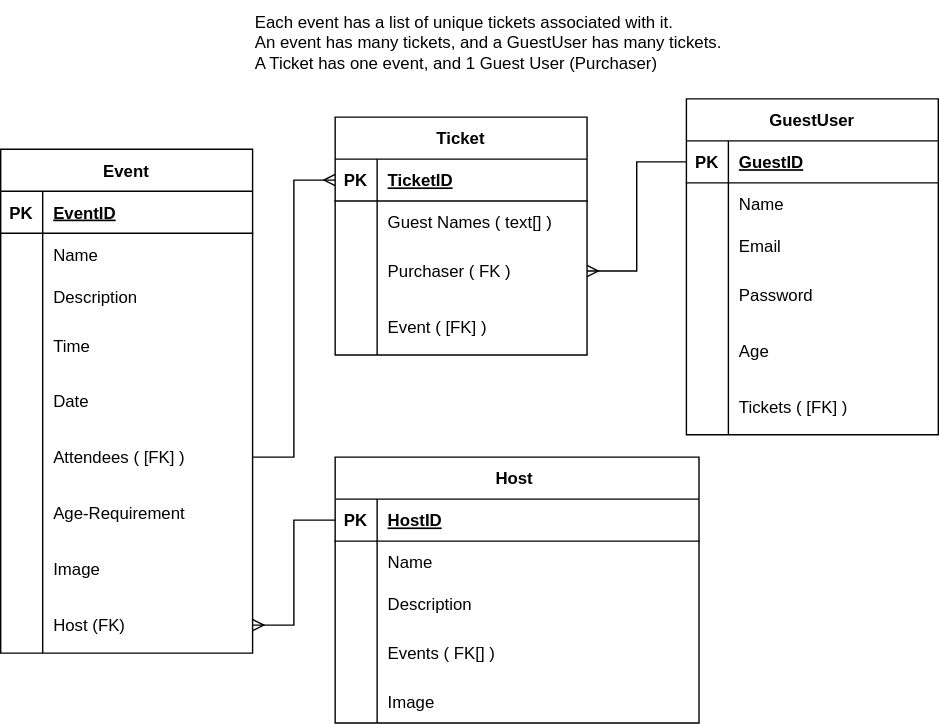
The draw.io diagram ERD/BookingSystemERD.drawio.svg in tjfacos/BookingSystem, before a commit. Source tidied: cells renumbered, new cells last; positions are measured from the earlier drawing's top-left corner, leaving out a move shared by most shapes. Source of this version:
```xml
<mxGraphModel>
  <root>
    <mxCell id="0" />
    <mxCell id="1" parent="0" />
    <mxCell id="2" value="Event" style="shape=table;startSize=30;rowLines=0;fontStyle=1;align=center;" parent="1" vertex="1">
      <mxGeometry y="106" width="180" height="360" as="geometry" />
    </mxCell>
    <mxCell id="3" style="shape=tableRow;horizontal=0;startSize=0;swimlaneHead=0;swimlaneBody=0;fillColor=none;points=[[0,0.5],[1,0.5]];portConstraint=eastwest;top=0;left=0;right=0;bottom=1;" parent="2" vertex="1">
      <mxGeometry y="30" width="180" height="30" as="geometry" />
    </mxCell>
    <mxCell id="4" value="PK" style="shape=partialRectangle;fillColor=none;top=0;left=0;bottom=0;right=0;fontStyle=1;overflow=hidden;" parent="3" vertex="1">
      <mxGeometry width="30" height="30" as="geometry" />
    </mxCell>
    <mxCell id="5" value="EventID" style="shape=partialRectangle;fillColor=none;top=0;left=0;bottom=0;right=0;align=left;spacingLeft=6;fontStyle=5;overflow=hidden;" parent="3" vertex="1">
      <mxGeometry x="30" width="150" height="30" as="geometry" />
    </mxCell>
    <mxCell id="6" style="shape=tableRow;horizontal=0;startSize=0;swimlaneHead=0;swimlaneBody=0;fillColor=none;top=0;left=0;right=0;bottom=0;" parent="2" vertex="1">
      <mxGeometry y="60" width="180" height="30" as="geometry" />
    </mxCell>
    <mxCell id="7" style="shape=partialRectangle;fillColor=none;top=0;left=0;bottom=0;right=0;overflow=hidden;" parent="6" vertex="1">
      <mxGeometry width="30" height="30" as="geometry" />
    </mxCell>
    <mxCell id="8" value="Name" style="shape=partialRectangle;fillColor=none;top=0;left=0;bottom=0;right=0;align=left;spacingLeft=6;overflow=hidden;" parent="6" vertex="1">
      <mxGeometry x="30" width="150" height="30" as="geometry" />
    </mxCell>
    <mxCell id="9" style="shape=tableRow;horizontal=0;startSize=0;swimlaneHead=0;swimlaneBody=0;fillColor=none;top=0;left=0;right=0;bottom=0;" parent="2" vertex="1">
      <mxGeometry y="90" width="180" height="30" as="geometry" />
    </mxCell>
    <mxCell id="10" style="shape=partialRectangle;fillColor=none;top=0;left=0;bottom=0;right=0;overflow=hidden;" parent="9" vertex="1">
      <mxGeometry width="30" height="30" as="geometry" />
    </mxCell>
    <mxCell id="11" value="Description" style="shape=partialRectangle;fillColor=none;top=0;left=0;bottom=0;right=0;align=left;spacingLeft=6;overflow=hidden;" parent="9" vertex="1">
      <mxGeometry x="30" width="150" height="30" as="geometry" />
    </mxCell>
    <mxCell id="12" style="shape=tableRow;horizontal=0;startSize=0;swimlaneHead=0;swimlaneBody=0;fillColor=none;top=0;left=0;right=0;bottom=0;" parent="2" vertex="1">
      <mxGeometry y="120" width="180" height="40" as="geometry" />
    </mxCell>
    <mxCell id="13" style="shape=partialRectangle;fillColor=none;top=0;left=0;bottom=0;right=0;overflow=hidden;" parent="12" vertex="1">
      <mxGeometry width="30" height="40" as="geometry" />
    </mxCell>
    <mxCell id="14" value="Time" style="shape=partialRectangle;fillColor=none;top=0;left=0;bottom=0;right=0;align=left;spacingLeft=6;overflow=hidden;" parent="12" vertex="1">
      <mxGeometry x="30" width="150" height="40" as="geometry" />
    </mxCell>
    <mxCell id="15" style="shape=tableRow;horizontal=0;startSize=0;swimlaneHead=0;swimlaneBody=0;fillColor=none;top=0;left=0;right=0;bottom=0;" parent="2" vertex="1">
      <mxGeometry y="160" width="180" height="40" as="geometry" />
    </mxCell>
    <mxCell id="16" style="shape=partialRectangle;fillColor=none;top=0;left=0;bottom=0;right=0;overflow=hidden;" parent="15" vertex="1">
      <mxGeometry width="30" height="40" as="geometry" />
    </mxCell>
    <mxCell id="17" value="Date" style="shape=partialRectangle;fillColor=none;top=0;left=0;bottom=0;right=0;align=left;spacingLeft=6;overflow=hidden;" parent="15" vertex="1">
      <mxGeometry x="30" width="150" height="40" as="geometry" />
    </mxCell>
    <mxCell id="18" style="shape=tableRow;horizontal=0;startSize=0;swimlaneHead=0;swimlaneBody=0;fillColor=none;points=[[0,0.5],[1,0.5]];portConstraint=eastwest;top=0;left=0;right=0;bottom=0;" parent="2" vertex="1">
      <mxGeometry y="200" width="180" height="40" as="geometry" />
    </mxCell>
    <mxCell id="19" style="shape=partialRectangle;fillColor=none;top=0;left=0;bottom=0;right=0;overflow=hidden;" parent="18" vertex="1">
      <mxGeometry width="30" height="40" as="geometry" />
    </mxCell>
    <mxCell id="20" value="Attendees ( [FK] )" style="shape=partialRectangle;fillColor=none;top=0;left=0;bottom=0;right=0;align=left;spacingLeft=6;overflow=hidden;" parent="18" vertex="1">
      <mxGeometry x="30" width="150" height="40" as="geometry" />
    </mxCell>
    <mxCell id="21" style="shape=tableRow;horizontal=0;startSize=0;swimlaneHead=0;swimlaneBody=0;fillColor=none;top=0;left=0;right=0;bottom=0;" parent="2" vertex="1">
      <mxGeometry y="240" width="180" height="40" as="geometry" />
    </mxCell>
    <mxCell id="22" style="shape=partialRectangle;fillColor=none;top=0;left=0;bottom=0;right=0;overflow=hidden;" parent="21" vertex="1">
      <mxGeometry width="30" height="40" as="geometry" />
    </mxCell>
    <mxCell id="23" value="Age-Requirement" style="shape=partialRectangle;fillColor=none;top=0;left=0;bottom=0;right=0;align=left;spacingLeft=6;overflow=hidden;" parent="21" vertex="1">
      <mxGeometry x="30" width="150" height="40" as="geometry" />
    </mxCell>
    <mxCell id="24" style="shape=tableRow;horizontal=0;startSize=0;swimlaneHead=0;swimlaneBody=0;fillColor=none;top=0;left=0;right=0;bottom=0;" parent="2" vertex="1">
      <mxGeometry y="280" width="180" height="40" as="geometry" />
    </mxCell>
    <mxCell id="25" style="shape=partialRectangle;fillColor=none;top=0;left=0;bottom=0;right=0;overflow=hidden;" parent="24" vertex="1">
      <mxGeometry width="30" height="40" as="geometry" />
    </mxCell>
    <mxCell id="26" value="Image" style="shape=partialRectangle;fillColor=none;top=0;left=0;bottom=0;right=0;align=left;spacingLeft=6;overflow=hidden;" parent="24" vertex="1">
      <mxGeometry x="30" width="150" height="40" as="geometry" />
    </mxCell>
    <mxCell id="27" style="shape=tableRow;horizontal=0;startSize=0;swimlaneHead=0;swimlaneBody=0;fillColor=none;points=[[0,0.5],[1,0.5]];portConstraint=eastwest;top=0;left=0;right=0;bottom=0;" parent="2" vertex="1">
      <mxGeometry y="320" width="180" height="40" as="geometry" />
    </mxCell>
    <mxCell id="28" style="shape=partialRectangle;fillColor=none;top=0;left=0;bottom=0;right=0;overflow=hidden;" parent="27" vertex="1">
      <mxGeometry width="30" height="40" as="geometry" />
    </mxCell>
    <mxCell id="29" value="Host (FK)" style="shape=partialRectangle;fillColor=none;top=0;left=0;bottom=0;right=0;align=left;spacingLeft=6;overflow=hidden;" parent="27" vertex="1">
      <mxGeometry x="30" width="150" height="40" as="geometry" />
    </mxCell>
    <mxCell id="30" value="GuestUser" style="shape=table;startSize=30;rowLines=0;fontStyle=1;align=center;" parent="1" vertex="1">
      <mxGeometry x="490" y="70" width="180" height="240" as="geometry" />
    </mxCell>
    <mxCell id="31" style="shape=tableRow;horizontal=0;startSize=0;swimlaneHead=0;swimlaneBody=0;fillColor=none;points=[[0,0.5],[1,0.5]];portConstraint=eastwest;top=0;left=0;right=0;bottom=1;" parent="30" vertex="1">
      <mxGeometry y="30" width="180" height="30" as="geometry" />
    </mxCell>
    <mxCell id="32" value="PK" style="shape=partialRectangle;fillColor=none;top=0;left=0;bottom=0;right=0;fontStyle=1;overflow=hidden;" parent="31" vertex="1">
      <mxGeometry width="30" height="30" as="geometry" />
    </mxCell>
    <mxCell id="33" value="GuestID" style="shape=partialRectangle;fillColor=none;top=0;left=0;bottom=0;right=0;align=left;spacingLeft=6;fontStyle=5;overflow=hidden;" parent="31" vertex="1">
      <mxGeometry x="30" width="150" height="30" as="geometry" />
    </mxCell>
    <mxCell id="34" style="shape=tableRow;horizontal=0;startSize=0;swimlaneHead=0;swimlaneBody=0;fillColor=none;top=0;left=0;right=0;bottom=0;" parent="30" vertex="1">
      <mxGeometry y="60" width="180" height="30" as="geometry" />
    </mxCell>
    <mxCell id="35" style="shape=partialRectangle;fillColor=none;top=0;left=0;bottom=0;right=0;overflow=hidden;" parent="34" vertex="1">
      <mxGeometry width="30" height="30" as="geometry" />
    </mxCell>
    <mxCell id="36" value="Name" style="shape=partialRectangle;fillColor=none;top=0;left=0;bottom=0;right=0;align=left;spacingLeft=6;overflow=hidden;" parent="34" vertex="1">
      <mxGeometry x="30" width="150" height="30" as="geometry" />
    </mxCell>
    <mxCell id="37" style="shape=tableRow;horizontal=0;startSize=0;swimlaneHead=0;swimlaneBody=0;fillColor=none;top=0;left=0;right=0;bottom=0;" parent="30" vertex="1">
      <mxGeometry y="90" width="180" height="30" as="geometry" />
    </mxCell>
    <mxCell id="38" style="shape=partialRectangle;fillColor=none;top=0;left=0;bottom=0;right=0;overflow=hidden;" parent="37" vertex="1">
      <mxGeometry width="30" height="30" as="geometry" />
    </mxCell>
    <mxCell id="39" value="Email" style="shape=partialRectangle;fillColor=none;top=0;left=0;bottom=0;right=0;align=left;spacingLeft=6;overflow=hidden;" parent="37" vertex="1">
      <mxGeometry x="30" width="150" height="30" as="geometry" />
    </mxCell>
    <mxCell id="40" style="shape=tableRow;horizontal=0;startSize=0;swimlaneHead=0;swimlaneBody=0;fillColor=none;top=0;left=0;right=0;bottom=0;" parent="30" vertex="1">
      <mxGeometry y="120" width="180" height="40" as="geometry" />
    </mxCell>
    <mxCell id="41" style="shape=partialRectangle;fillColor=none;top=0;left=0;bottom=0;right=0;overflow=hidden;" parent="40" vertex="1">
      <mxGeometry width="30" height="40" as="geometry" />
    </mxCell>
    <mxCell id="42" value="Password" style="shape=partialRectangle;fillColor=none;top=0;left=0;bottom=0;right=0;align=left;spacingLeft=6;overflow=hidden;" parent="40" vertex="1">
      <mxGeometry x="30" width="150" height="40" as="geometry" />
    </mxCell>
    <mxCell id="43" style="shape=tableRow;horizontal=0;startSize=0;swimlaneHead=0;swimlaneBody=0;fillColor=none;top=0;left=0;right=0;bottom=0;" parent="30" vertex="1">
      <mxGeometry y="160" width="180" height="40" as="geometry" />
    </mxCell>
    <mxCell id="44" style="shape=partialRectangle;fillColor=none;top=0;left=0;bottom=0;right=0;overflow=hidden;" parent="43" vertex="1">
      <mxGeometry width="30" height="40" as="geometry" />
    </mxCell>
    <mxCell id="45" value="Age" style="shape=partialRectangle;fillColor=none;top=0;left=0;bottom=0;right=0;align=left;spacingLeft=6;overflow=hidden;" parent="43" vertex="1">
      <mxGeometry x="30" width="150" height="40" as="geometry" />
    </mxCell>
    <mxCell id="46" style="shape=tableRow;horizontal=0;startSize=0;swimlaneHead=0;swimlaneBody=0;fillColor=none;top=0;left=0;right=0;bottom=0;" parent="30" vertex="1">
      <mxGeometry y="200" width="180" height="40" as="geometry" />
    </mxCell>
    <mxCell id="47" style="shape=partialRectangle;fillColor=none;top=0;left=0;bottom=0;right=0;overflow=hidden;" parent="46" vertex="1">
      <mxGeometry width="30" height="40" as="geometry" />
    </mxCell>
    <mxCell id="48" value="Tickets ( [FK] )" style="shape=partialRectangle;fillColor=none;top=0;left=0;bottom=0;right=0;align=left;spacingLeft=6;overflow=hidden;" parent="46" vertex="1">
      <mxGeometry x="30" width="150" height="40" as="geometry" />
    </mxCell>
    <mxCell id="49" value="Ticket" style="shape=table;startSize=30;rowLines=0;fontStyle=1;align=center;" parent="1" vertex="1">
      <mxGeometry x="239" y="83" width="180" height="170" as="geometry" />
    </mxCell>
    <mxCell id="50" style="shape=tableRow;horizontal=0;startSize=0;swimlaneHead=0;swimlaneBody=0;fillColor=none;points=[[0,0.5],[1,0.5]];portConstraint=eastwest;top=0;left=0;right=0;bottom=1;" parent="49" vertex="1">
      <mxGeometry y="30" width="180" height="30" as="geometry" />
    </mxCell>
    <mxCell id="51" value="PK" style="shape=partialRectangle;fillColor=none;top=0;left=0;bottom=0;right=0;fontStyle=1;overflow=hidden;" parent="50" vertex="1">
      <mxGeometry width="30" height="30" as="geometry" />
    </mxCell>
    <mxCell id="52" value="TicketID" style="shape=partialRectangle;fillColor=none;top=0;left=0;bottom=0;right=0;align=left;spacingLeft=6;fontStyle=5;overflow=hidden;" parent="50" vertex="1">
      <mxGeometry x="30" width="150" height="30" as="geometry" />
    </mxCell>
    <mxCell id="53" style="shape=tableRow;horizontal=0;startSize=0;swimlaneHead=0;swimlaneBody=0;fillColor=none;top=0;left=0;right=0;bottom=0;" parent="49" vertex="1">
      <mxGeometry y="60" width="180" height="30" as="geometry" />
    </mxCell>
    <mxCell id="54" style="shape=partialRectangle;fillColor=none;top=0;left=0;bottom=0;right=0;overflow=hidden;" parent="53" vertex="1">
      <mxGeometry width="30" height="30" as="geometry" />
    </mxCell>
    <mxCell id="55" value="Guest Names ( text[] )" style="shape=partialRectangle;fillColor=none;top=0;left=0;bottom=0;right=0;align=left;spacingLeft=6;overflow=hidden;" parent="53" vertex="1">
      <mxGeometry x="30" width="150" height="30" as="geometry" />
    </mxCell>
    <mxCell id="56" style="shape=tableRow;horizontal=0;startSize=0;swimlaneHead=0;swimlaneBody=0;fillColor=none;points=[[0,0.5],[1,0.5]];portConstraint=eastwest;top=0;left=0;right=0;bottom=0;" parent="49" vertex="1">
      <mxGeometry y="90" width="180" height="40" as="geometry" />
    </mxCell>
    <mxCell id="57" style="shape=partialRectangle;fillColor=none;top=0;left=0;bottom=0;right=0;overflow=hidden;" parent="56" vertex="1">
      <mxGeometry width="30" height="40" as="geometry" />
    </mxCell>
    <mxCell id="58" value="Purchaser ( FK )" style="shape=partialRectangle;fillColor=none;top=0;left=0;bottom=0;right=0;align=left;spacingLeft=6;overflow=hidden;" parent="56" vertex="1">
      <mxGeometry x="30" width="150" height="40" as="geometry" />
    </mxCell>
    <mxCell id="59" style="shape=tableRow;horizontal=0;startSize=0;swimlaneHead=0;swimlaneBody=0;fillColor=none;top=0;left=0;right=0;bottom=0;" parent="49" vertex="1">
      <mxGeometry y="130" width="180" height="40" as="geometry" />
    </mxCell>
    <mxCell id="60" style="shape=partialRectangle;fillColor=none;top=0;left=0;bottom=0;right=0;overflow=hidden;" parent="59" vertex="1">
      <mxGeometry width="30" height="40" as="geometry" />
    </mxCell>
    <mxCell id="61" value="Event ( [FK] )" style="shape=partialRectangle;fillColor=none;top=0;left=0;bottom=0;right=0;align=left;spacingLeft=6;overflow=hidden;" parent="59" vertex="1">
      <mxGeometry x="30" width="150" height="40" as="geometry" />
    </mxCell>
    <mxCell id="62" style="edgeStyle=orthogonalEdgeStyle;rounded=0;jettySize=auto;html=1;exitX=1;exitY=0.5;exitDx=0;exitDy=0;entryX=0;entryY=0.5;entryDx=0;entryDy=0;endArrow=ERmany;endFill=0;" parent="1" edge="1" source="18" target="50">
      <mxGeometry relative="1" as="geometry" />
    </mxCell>
    <mxCell id="63" style="edgeStyle=orthogonalEdgeStyle;rounded=0;jettySize=auto;html=1;exitX=0;exitY=0.5;exitDx=0;exitDy=0;entryX=1;entryY=0.5;entryDx=0;entryDy=0;endArrow=ERmany;endFill=0;" parent="1" edge="1" source="31" target="56">
      <mxGeometry relative="1" as="geometry" />
    </mxCell>
    <mxCell id="64" value="Each event has a list of unique tickets associated with it.&lt;br&gt;An event has many tickets, and a GuestUser has many tickets.&lt;br&gt;&lt;div style=&quot;&quot;&gt;&lt;span style=&quot;background-color: initial;&quot;&gt;A Ticket has one event, and 1 Guest User (Purchaser)&lt;/span&gt;&lt;/div&gt;" style="text;html=1;align=left;verticalAlign=middle;strokeColor=none;fillColor=none;" parent="1" vertex="1">
      <mxGeometry x="180" width="360" height="60" as="geometry" />
    </mxCell>
    <mxCell id="65" value="Host " style="shape=table;startSize=30;rowLines=0;fontStyle=1;align=center;" parent="1" vertex="1">
      <mxGeometry x="239" y="326" width="260" height="190" as="geometry" />
    </mxCell>
    <mxCell id="66" style="shape=tableRow;horizontal=0;startSize=0;swimlaneHead=0;swimlaneBody=0;fillColor=none;points=[[0,0.5],[1,0.5]];portConstraint=eastwest;top=0;left=0;right=0;bottom=1;" parent="65" vertex="1">
      <mxGeometry y="30" width="260" height="30" as="geometry" />
    </mxCell>
    <mxCell id="67" value="PK" style="shape=partialRectangle;fillColor=none;top=0;left=0;bottom=0;right=0;fontStyle=1;overflow=hidden;" parent="66" vertex="1">
      <mxGeometry width="30" height="30" as="geometry" />
    </mxCell>
    <mxCell id="68" value="HostID" style="shape=partialRectangle;fillColor=none;top=0;left=0;bottom=0;right=0;align=left;spacingLeft=6;fontStyle=5;overflow=hidden;" parent="66" vertex="1">
      <mxGeometry x="30" width="230" height="30" as="geometry" />
    </mxCell>
    <mxCell id="69" style="shape=tableRow;horizontal=0;startSize=0;swimlaneHead=0;swimlaneBody=0;fillColor=none;top=0;left=0;right=0;bottom=0;" parent="65" vertex="1">
      <mxGeometry y="60" width="260" height="30" as="geometry" />
    </mxCell>
    <mxCell id="70" style="shape=partialRectangle;fillColor=none;top=0;left=0;bottom=0;right=0;overflow=hidden;" parent="69" vertex="1">
      <mxGeometry width="30" height="30" as="geometry" />
    </mxCell>
    <mxCell id="71" value="Name" style="shape=partialRectangle;fillColor=none;top=0;left=0;bottom=0;right=0;align=left;spacingLeft=6;overflow=hidden;" parent="69" vertex="1">
      <mxGeometry x="30" width="230" height="30" as="geometry" />
    </mxCell>
    <mxCell id="72" style="shape=tableRow;horizontal=0;startSize=0;swimlaneHead=0;swimlaneBody=0;fillColor=none;top=0;left=0;right=0;bottom=0;" parent="65" vertex="1">
      <mxGeometry y="90" width="260" height="30" as="geometry" />
    </mxCell>
    <mxCell id="73" style="shape=partialRectangle;fillColor=none;top=0;left=0;bottom=0;right=0;overflow=hidden;" parent="72" vertex="1">
      <mxGeometry width="30" height="30" as="geometry" />
    </mxCell>
    <mxCell id="74" value="Description" style="shape=partialRectangle;fillColor=none;top=0;left=0;bottom=0;right=0;align=left;spacingLeft=6;overflow=hidden;" parent="72" vertex="1">
      <mxGeometry x="30" width="230" height="30" as="geometry" />
    </mxCell>
    <mxCell id="75" style="shape=tableRow;horizontal=0;startSize=0;swimlaneHead=0;swimlaneBody=0;fillColor=none;points=[[0,0.5],[1,0.5]];portConstraint=eastwest;top=0;left=0;right=0;bottom=0;" parent="65" vertex="1">
      <mxGeometry y="120" width="260" height="40" as="geometry" />
    </mxCell>
    <mxCell id="76" style="shape=partialRectangle;fillColor=none;top=0;left=0;bottom=0;right=0;overflow=hidden;" parent="75" vertex="1">
      <mxGeometry width="30" height="40" as="geometry" />
    </mxCell>
    <mxCell id="77" value="Events ( FK[] )" style="shape=partialRectangle;fillColor=none;top=0;left=0;bottom=0;right=0;align=left;spacingLeft=6;overflow=hidden;" parent="75" vertex="1">
      <mxGeometry x="30" width="230" height="40" as="geometry" />
    </mxCell>
    <mxCell id="78" style="shape=tableRow;horizontal=0;startSize=0;swimlaneHead=0;swimlaneBody=0;fillColor=none;top=0;left=0;right=0;bottom=0;" parent="65" vertex="1">
      <mxGeometry y="160" width="260" height="30" as="geometry" />
    </mxCell>
    <mxCell id="79" style="shape=partialRectangle;fillColor=none;top=0;left=0;bottom=0;right=0;overflow=hidden;" parent="78" vertex="1">
      <mxGeometry width="30" height="30" as="geometry" />
    </mxCell>
    <mxCell id="80" value="Image" style="shape=partialRectangle;fillColor=none;top=0;left=0;bottom=0;right=0;align=left;spacingLeft=6;overflow=hidden;" parent="78" vertex="1">
      <mxGeometry x="30" width="230" height="30" as="geometry" />
    </mxCell>
    <mxCell id="81" style="edgeStyle=orthogonalEdgeStyle;rounded=0;jettySize=auto;html=1;exitX=0;exitY=0.5;exitDx=0;exitDy=0;entryX=1;entryY=0.5;entryDx=0;entryDy=0;endArrow=ERmany;endFill=0;" parent="1" edge="1" source="66" target="27">
      <mxGeometry relative="1" as="geometry" />
    </mxCell>
  </root>
</mxGraphModel>
```
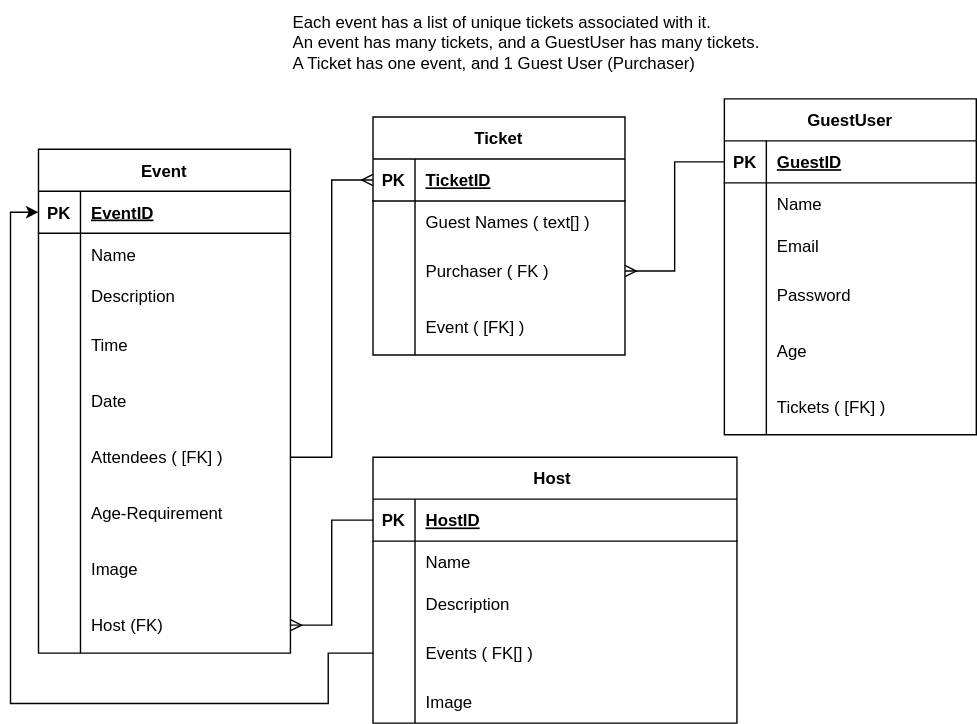
The same diagram one commit later.

Commit message:
small tweak to erd

The edit, as a diff of the source:
```diff
@@ -242,5 +242,15 @@
     <mxCell id="81" style="edgeStyle=orthogonalEdgeStyle;rounded=0;jettySize=auto;html=1;exitX=0;exitY=0.5;exitDx=0;exitDy=0;entryX=1;entryY=0.5;entryDx=0;entryDy=0;endArrow=ERmany;endFill=0;" parent="1" edge="1" source="66" target="27">
       <mxGeometry relative="1" as="geometry" />
     </mxCell>
+    <mxCell id="82" style="edgeStyle=orthogonalEdgeStyle;rounded=0;jettySize=auto;html=1;exitX=0;exitY=0.5;exitDx=0;exitDy=0;entryX=0;entryY=0.5;entryDx=0;entryDy=0;" parent="1" edge="1" source="75" target="3">
+      <mxGeometry relative="1" as="geometry">
+        <Array as="points">
+          <mxPoint x="207" y="466" />
+          <mxPoint x="207" y="502" />
+          <mxPoint x="-20" y="502" />
+          <mxPoint x="-20" y="151" />
+        </Array>
+      </mxGeometry>
+    </mxCell>
   </root>
 </mxGraphModel>
```
